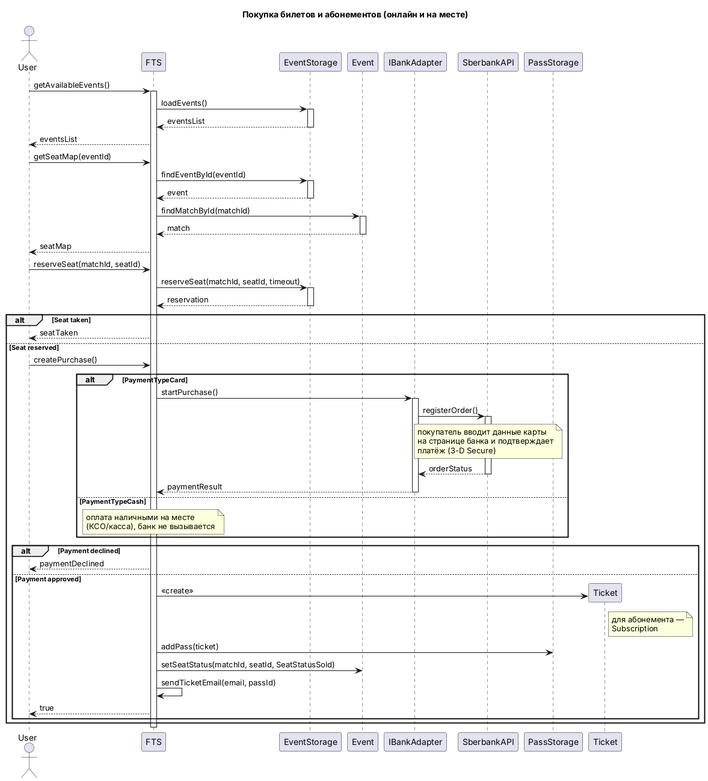
This is source/Диаграмма последовательности - Покупка билетов и абонементов.png from penamarth/bsbo-11-24_team5_var10_football, a PlantUML export, as it was before one commit. Its diagram source:
```plantuml
@startuml
title Покупка билетов и абонементов (онлайн и на месте)

actor "User" as User
participant "FTS" as FTS
participant "EventStorage" as EventStorage
participant "Event" as Event
participant "IBankAdapter" as Bank
participant "SberbankAPI" as Sber
participant "PassStorage" as PassStorage

User -> FTS : getAvailableEvents()
activate FTS
FTS -> EventStorage : loadEvents()
activate EventStorage
EventStorage --> FTS : eventsList
deactivate EventStorage
FTS --> User : eventsList

User -> FTS : getSeatMap(eventId)
FTS -> EventStorage : findEventById(eventId)
activate EventStorage
EventStorage --> FTS : event
deactivate EventStorage
FTS -> Event : findMatchById(matchId)
activate Event
Event --> FTS : match
deactivate Event
FTS --> User : seatMap

User -> FTS : reserveSeat(matchId, seatId)
FTS -> EventStorage : reserveSeat(matchId, seatId, timeout)
activate EventStorage
EventStorage --> FTS : reservation
deactivate EventStorage

alt Seat taken
    FTS --> User : seatTaken
else Seat reserved
    User -> FTS : createPurchase()

    alt PaymentTypeCard
        FTS -> Bank : startPurchase()
        activate Bank
        Bank -> Sber : registerOrder()
        activate Sber
        note over Sber : покупатель вводит данные карты\nна странице банка и подтверждает\nплатёж (3-D Secure)
        Sber --> Bank : orderStatus
        deactivate Sber
        Bank --> FTS : paymentResult
        deactivate Bank
    else PaymentTypeCash
        note over FTS : оплата наличными на месте\n(КСО/касса), банк не вызывается
    end

    alt Payment declined
        FTS --> User : paymentDeclined
    else Payment approved
        create participant "Ticket" as Ticket
        FTS -> Ticket : <<create>>
        note right of Ticket : для абонемента —\nSubscription
        FTS -> PassStorage : addPass(ticket)
        FTS -> Event : setSeatStatus(matchId, seatId, SeatStatusSold)
        FTS -> FTS : sendTicketEmail(email, passId)
        FTS --> User : true
    end
end

deactivate FTS
@enduml
```
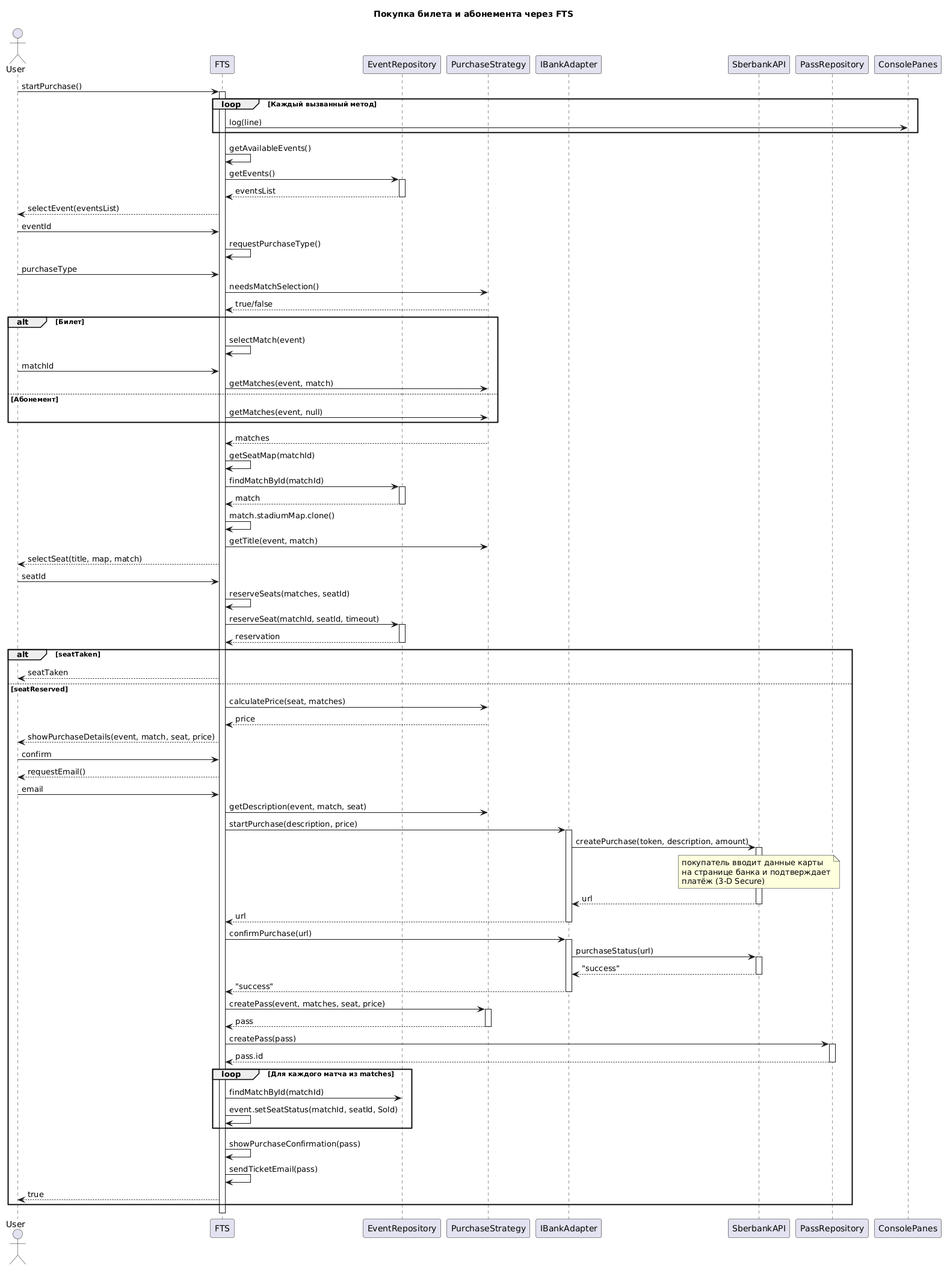
Later version of the same file.

What changed in the source:
```diff
@@ -1,69 +1,109 @@
 @startuml
-title Покупка билетов и абонементов (онлайн и на месте)
+title Покупка билета и абонемента через FTS
 
 actor "User" as User
 participant "FTS" as FTS
-participant "EventStorage" as EventStorage
-participant "Event" as Event
+participant "EventRepository" as EventRepository
+participant "PurchaseStrategy" as Strategy
 participant "IBankAdapter" as Bank
 participant "SberbankAPI" as Sber
-participant "PassStorage" as PassStorage
+participant "PassRepository" as PassRepository
+participant "ConsolePanes" as Panes
 
-User -> FTS : getAvailableEvents()
+User -> FTS : startPurchase()
 activate FTS
-FTS -> EventStorage : loadEvents()
-activate EventStorage
-EventStorage --> FTS : eventsList
-deactivate EventStorage
-FTS --> User : eventsList
 
-User -> FTS : getSeatMap(eventId)
-FTS -> EventStorage : findEventById(eventId)
-activate EventStorage
-EventStorage --> FTS : event
-deactivate EventStorage
-FTS -> Event : findMatchById(matchId)
-activate Event
-Event --> FTS : match
-deactivate Event
-FTS --> User : seatMap
+loop Каждый вызванный метод
+    FTS -> Panes : log(line)
+end
 
-User -> FTS : reserveSeat(matchId, seatId)
-FTS -> EventStorage : reserveSeat(matchId, seatId, timeout)
-activate EventStorage
-EventStorage --> FTS : reservation
-deactivate EventStorage
+FTS -> FTS : getAvailableEvents()
+FTS -> EventRepository : getEvents()
+activate EventRepository
+EventRepository --> FTS : eventsList
+deactivate EventRepository
+FTS --> User : selectEvent(eventsList)
+User -> FTS : eventId
 
-alt Seat taken
+FTS -> FTS : requestPurchaseType()
+User -> FTS : purchaseType
+
+FTS -> Strategy : needsMatchSelection()
+Strategy --> FTS : true/false
+
+alt Билет
+    FTS -> FTS : selectMatch(event)
+    User -> FTS : matchId
+    FTS -> Strategy : getMatches(event, match)
+else Абонемент
+    FTS -> Strategy : getMatches(event, null)
+end
+Strategy --> FTS : matches
+
+FTS -> FTS : getSeatMap(matchId)
+FTS -> EventRepository : findMatchById(matchId)
+activate EventRepository
+EventRepository --> FTS : match
+deactivate EventRepository
+FTS -> FTS : match.stadiumMap.clone()
+FTS -> Strategy : getTitle(event, match)
+FTS --> User : selectSeat(title, map, match)
+User -> FTS : seatId
+
+FTS -> FTS : reserveSeats(matches, seatId)
+FTS -> EventRepository : reserveSeat(matchId, seatId, timeout)
+activate EventRepository
+EventRepository --> FTS : reservation
+deactivate EventRepository
+
+alt seatTaken
     FTS --> User : seatTaken
-else Seat reserved
-    User -> FTS : createPurchase()
+else seatReserved
+    FTS -> Strategy : calculatePrice(seat, matches)
+    Strategy --> FTS : price
+    FTS --> User : showPurchaseDetails(event, match, seat, price)
+    User -> FTS : confirm
+    FTS --> User : requestEmail()
+    User -> FTS : email
+    FTS -> Strategy : getDescription(event, match, seat)
 
-    alt PaymentTypeCard
-        FTS -> Bank : startPurchase()
-        activate Bank
-        Bank -> Sber : registerOrder()
-        activate Sber
-        note over Sber : покупатель вводит данные карты\nна странице банка и подтверждает\nплатёж (3-D Secure)
-        Sber --> Bank : orderStatus
-        deactivate Sber
-        Bank --> FTS : paymentResult
-        deactivate Bank
-    else PaymentTypeCash
-        note over FTS : оплата наличными на месте\n(КСО/касса), банк не вызывается
+    FTS -> Bank : startPurchase(description, price)
+    activate Bank
+    Bank -> Sber : createPurchase(token, description, amount)
+    activate Sber
+    note over Sber : покупатель вводит данные карты\nна странице банка и подтверждает\nплатёж (3-D Secure)
+    Sber --> Bank : url
+    deactivate Sber
+    Bank --> FTS : url
+    deactivate Bank
+
+    FTS -> Bank : confirmPurchase(url)
+    activate Bank
+    Bank -> Sber : purchaseStatus(url)
+    activate Sber
+    Sber --> Bank : "success"
+    deactivate Sber
+    Bank --> FTS : "success"
+    deactivate Bank
+
+    FTS -> Strategy : createPass(event, matches, seat, price)
+    activate Strategy
+    Strategy --> FTS : pass
+    deactivate Strategy
+
+    FTS -> PassRepository : createPass(pass)
+    activate PassRepository
+    PassRepository --> FTS : pass.id
+    deactivate PassRepository
+
+    loop Для каждого матча из matches
+        FTS -> EventRepository : findMatchById(matchId)
+        FTS -> FTS : event.setSeatStatus(matchId, seatId, Sold)
     end
 
-    alt Payment declined
-        FTS --> User : paymentDeclined
-    else Payment approved
-        create participant "Ticket" as Ticket
-        FTS -> Ticket : <<create>>
-        note right of Ticket : для абонемента —\nSubscription
-        FTS -> PassStorage : addPass(ticket)
-        FTS -> Event : setSeatStatus(matchId, seatId, SeatStatusSold)
-        FTS -> FTS : sendTicketEmail(email, passId)
-        FTS --> User : true
-    end
+    FTS -> FTS : showPurchaseConfirmation(pass)
+    FTS -> FTS : sendTicketEmail(pass)
+    FTS --> User : true
 end
 
 deactivate FTS
```
